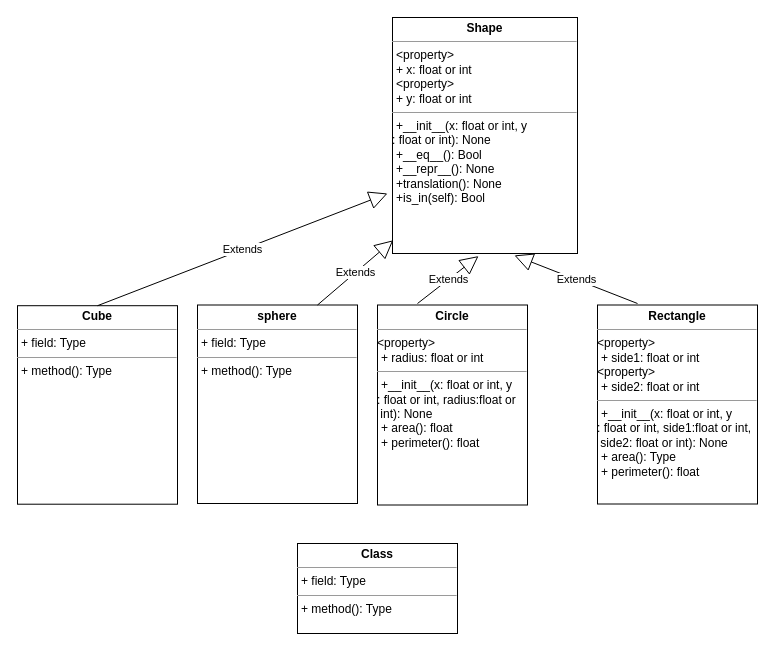
Before: Labs/Lab3.geometry-OOP/geometry-OOP-UML.drawio in yuna-liu/python-programming-Yuna-Liu, a draw.io diagram. Source tidied: cells renumbered, new cells numbered last; positions are measured from the earlier drawing's top-left corner, leaving out a move shared by most shapes. Both pictures are drawn from the tidied source at 100%, with x=0, y=0 at pixel (17, 17).
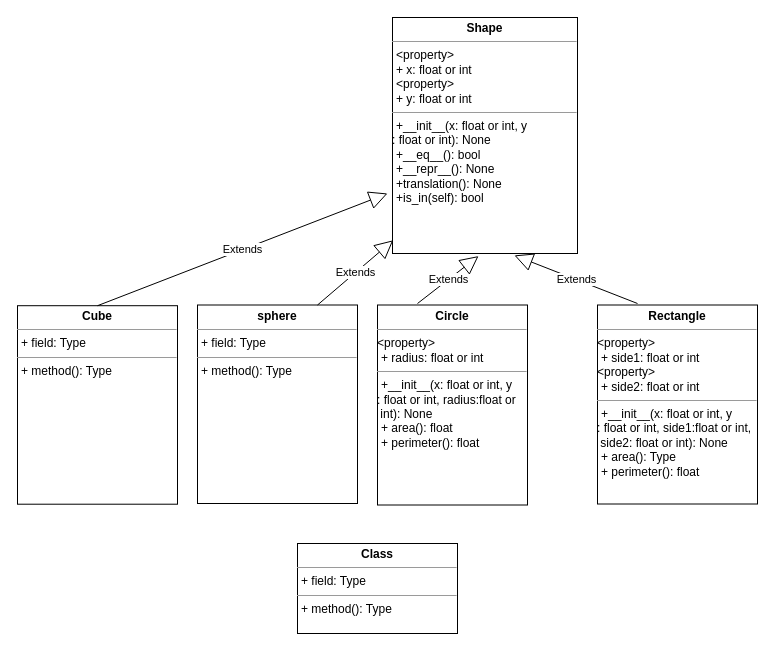
After the change.

Commit message (it also covers changes not shown here):
claa circle

The edit, as a diff of the source:
```diff
@@
 <mxGraphModel>
   <root>
     <mxCell id="0" />
     <mxCell id="1" parent="0" />
     <mxCell id="2" value="&lt;p style=&quot;margin: 0px ; margin-top: 4px ; text-align: center&quot;&gt;&lt;b&gt;Circle&lt;/b&gt;&lt;/p&gt;&lt;hr size=&quot;1&quot;&gt;&amp;lt;property&amp;gt;&lt;p style=&quot;margin: 0px ; margin-left: 4px&quot;&gt;&lt;span&gt;+ radius: float or int&lt;/span&gt;&lt;br&gt;&lt;/p&gt;&lt;hr size=&quot;1&quot;&gt;&lt;p style=&quot;margin: 0px 0px 0px 4px&quot;&gt;+__init__(x: float or int, y&lt;/p&gt;: float or int, radius:float or&lt;br&gt;&amp;nbsp;int): None&lt;br&gt;&lt;p style=&quot;margin: 0px ; margin-left: 4px&quot;&gt;+ area(): float&lt;/p&gt;&lt;p style=&quot;margin: 0px ; margin-left: 4px&quot;&gt;+ perimeter(): float&lt;/p&gt;" style="verticalAlign=top;align=left;overflow=fill;fontSize=12;fontFamily=Helvetica;html=1;" parent="1" vertex="1">
       <mxGeometry x="360" y="287.5" width="150" height="200" as="geometry" />
     </mxCell>
-    <mxCell id="3" value="&lt;p style=&quot;margin: 0px ; margin-top: 4px ; text-align: center&quot;&gt;&lt;b&gt;Shape&lt;/b&gt;&lt;/p&gt;&lt;hr size=&quot;1&quot;&gt;&lt;p style=&quot;margin: 0px 0px 0px 4px&quot;&gt;&amp;lt;property&amp;gt;&lt;/p&gt;&lt;p style=&quot;margin: 0px 0px 0px 4px&quot;&gt;+ x: float or int&lt;/p&gt;&lt;p style=&quot;margin: 0px 0px 0px 4px&quot;&gt;&amp;lt;property&amp;gt;&lt;br&gt;&lt;/p&gt;&lt;p style=&quot;margin: 0px 0px 0px 4px&quot;&gt;+ y: float or int&lt;/p&gt;&lt;hr size=&quot;1&quot;&gt;&lt;p style=&quot;margin: 0px ; margin-left: 4px&quot;&gt;&lt;span&gt;+__init__(x: float or int, y&lt;/span&gt;&lt;/p&gt;: float or int): None&lt;p style=&quot;margin: 0px ; margin-left: 4px&quot;&gt;&lt;span&gt;+__eq__(): Bool&lt;/span&gt;&lt;br&gt;&lt;/p&gt;&lt;p style=&quot;margin: 0px ; margin-left: 4px&quot;&gt;&lt;span&gt;+__repr__(): None&lt;/span&gt;&lt;/p&gt;&lt;p style=&quot;margin: 0px ; margin-left: 4px&quot;&gt;&lt;span&gt;+translation(): None&lt;/span&gt;&lt;/p&gt;&lt;p style=&quot;margin: 0px ; margin-left: 4px&quot;&gt;&lt;span&gt;+is_in(self): Bool&lt;/span&gt;&lt;/p&gt;" style="verticalAlign=top;align=left;overflow=fill;fontSize=12;fontFamily=Helvetica;html=1;" parent="1" vertex="1">
+    <mxCell id="3" value="&lt;p style=&quot;margin: 0px ; margin-top: 4px ; text-align: center&quot;&gt;&lt;b&gt;Shape&lt;/b&gt;&lt;/p&gt;&lt;hr size=&quot;1&quot;&gt;&lt;p style=&quot;margin: 0px 0px 0px 4px&quot;&gt;&amp;lt;property&amp;gt;&lt;/p&gt;&lt;p style=&quot;margin: 0px 0px 0px 4px&quot;&gt;+ x: float or int&lt;/p&gt;&lt;p style=&quot;margin: 0px 0px 0px 4px&quot;&gt;&amp;lt;property&amp;gt;&lt;br&gt;&lt;/p&gt;&lt;p style=&quot;margin: 0px 0px 0px 4px&quot;&gt;+ y: float or int&lt;/p&gt;&lt;hr size=&quot;1&quot;&gt;&lt;p style=&quot;margin: 0px ; margin-left: 4px&quot;&gt;&lt;span&gt;+__init__(x: float or int, y&lt;/span&gt;&lt;/p&gt;: float or int): None&lt;p style=&quot;margin: 0px ; margin-left: 4px&quot;&gt;&lt;span&gt;+__eq__(): bool&lt;/span&gt;&lt;br&gt;&lt;/p&gt;&lt;p style=&quot;margin: 0px ; margin-left: 4px&quot;&gt;&lt;span&gt;+__repr__(): None&lt;/span&gt;&lt;/p&gt;&lt;p style=&quot;margin: 0px ; margin-left: 4px&quot;&gt;&lt;span&gt;+translation(): None&lt;/span&gt;&lt;/p&gt;&lt;p style=&quot;margin: 0px ; margin-left: 4px&quot;&gt;&lt;span&gt;+is_in(self): bool&lt;/span&gt;&lt;/p&gt;" style="verticalAlign=top;align=left;overflow=fill;fontSize=12;fontFamily=Helvetica;html=1;" parent="1" vertex="1">
       <mxGeometry x="375" width="185" height="236" as="geometry" />
     </mxCell>
     <mxCell id="4" value="&lt;p style=&quot;margin: 0px ; margin-top: 4px ; text-align: center&quot;&gt;&lt;b&gt;Rectangle&lt;/b&gt;&lt;/p&gt;&lt;hr size=&quot;1&quot;&gt;&amp;lt;property&amp;gt;&lt;p style=&quot;margin: 0px ; margin-left: 4px&quot;&gt;&lt;span&gt;+ side1: float or int&lt;/span&gt;&lt;br&gt;&lt;/p&gt;&amp;lt;property&amp;gt;&lt;p style=&quot;margin: 0px ; margin-left: 4px&quot;&gt;+ side2: float or int&lt;span&gt;&lt;br&gt;&lt;/span&gt;&lt;/p&gt;&lt;hr size=&quot;1&quot;&gt;&lt;p style=&quot;margin: 0px 0px 0px 4px&quot;&gt;+__init__(x: float or int, y&lt;/p&gt;: float or int, side1:float or int,&lt;br&gt;&amp;nbsp;side2: float or int): None&lt;br&gt;&lt;p style=&quot;margin: 0px ; margin-left: 4px&quot;&gt;+ area(): Type&lt;/p&gt;&lt;p style=&quot;margin: 0px ; margin-left: 4px&quot;&gt;+ perimeter(): float&lt;br&gt;&lt;/p&gt;" style="verticalAlign=top;align=left;overflow=fill;fontSize=12;fontFamily=Helvetica;html=1;" parent="1" vertex="1">
       <mxGeometry x="580" y="287.5" width="160" height="199" as="geometry" />
     </mxCell>
     <mxCell id="5" value="Extends" style="endArrow=block;endSize=16;endFill=0;html=1;entryX=0.465;entryY=1.011;entryDx=0;entryDy=0;entryPerimeter=0;" parent="1" edge="1" target="3">
       <mxGeometry relative="1" as="geometry">
         <mxPoint x="400" y="286" as="sourcePoint" />
       </mxGeometry>
     </mxCell>
     <mxCell id="6" value="Extends" style="endArrow=block;endSize=16;endFill=0;html=1;entryX=0.659;entryY=1.008;entryDx=0;entryDy=0;entryPerimeter=0;" parent="1" edge="1" target="3">
       <mxGeometry relative="1" as="geometry">
         <mxPoint x="620" y="286" as="sourcePoint" />
       </mxGeometry>
     </mxCell>
     <mxCell id="7" value="&lt;p style=&quot;margin: 0px ; margin-top: 4px ; text-align: center&quot;&gt;&lt;b&gt;sphere&lt;/b&gt;&lt;br&gt;&lt;/p&gt;&lt;hr size=&quot;1&quot;&gt;&lt;p style=&quot;margin: 0px ; margin-left: 4px&quot;&gt;+ field: Type&lt;/p&gt;&lt;hr size=&quot;1&quot;&gt;&lt;p style=&quot;margin: 0px ; margin-left: 4px&quot;&gt;+ method(): Type&lt;/p&gt;" style="verticalAlign=top;align=left;overflow=fill;fontSize=12;fontFamily=Helvetica;html=1;" parent="1" vertex="1">
       <mxGeometry x="180" y="287.5" width="160" height="198.5" as="geometry" />
     </mxCell>
     <mxCell id="8" value="&lt;p style=&quot;margin: 0px ; margin-top: 4px ; text-align: center&quot;&gt;&lt;b&gt;Cube&lt;/b&gt;&lt;/p&gt;&lt;hr size=&quot;1&quot;&gt;&lt;p style=&quot;margin: 0px ; margin-left: 4px&quot;&gt;+ field: Type&lt;/p&gt;&lt;hr size=&quot;1&quot;&gt;&lt;p style=&quot;margin: 0px ; margin-left: 4px&quot;&gt;+ method(): Type&lt;/p&gt;" style="verticalAlign=top;align=left;overflow=fill;fontSize=12;fontFamily=Helvetica;html=1;" parent="1" vertex="1">
       <mxGeometry y="288.2" width="160" height="198.5" as="geometry" />
     </mxCell>
     <mxCell id="9" value="Extends" style="endArrow=block;endSize=16;endFill=0;html=1;exitX=0.5;exitY=0;exitDx=0;exitDy=0;" parent="1" edge="1" source="8">
       <mxGeometry relative="1" as="geometry">
         <mxPoint x="370" y="176" as="targetPoint" />
       </mxGeometry>
     </mxCell>
     <mxCell id="10" value="Extends" style="endArrow=block;endSize=16;endFill=0;html=1;exitX=0.75;exitY=0;exitDx=0;exitDy=0;entryX=0.004;entryY=0.944;entryDx=0;entryDy=0;entryPerimeter=0;" parent="1" edge="1" source="7" target="3">
       <mxGeometry relative="1" as="geometry" />
     </mxCell>
     <mxCell id="11" value="&lt;p style=&quot;margin:0px;margin-top:4px;text-align:center;&quot;&gt;&lt;b&gt;Class&lt;/b&gt;&lt;/p&gt;&lt;hr size=&quot;1&quot;/&gt;&lt;p style=&quot;margin:0px;margin-left:4px;&quot;&gt;+ field: Type&lt;/p&gt;&lt;hr size=&quot;1&quot;/&gt;&lt;p style=&quot;margin:0px;margin-left:4px;&quot;&gt;+ method(): Type&lt;/p&gt;" style="verticalAlign=top;align=left;overflow=fill;fontSize=12;fontFamily=Helvetica;html=1;" parent="1" vertex="1">
       <mxGeometry x="280" y="526" width="160" height="90" as="geometry" />
     </mxCell>
   </root>
 </mxGraphModel>
```
